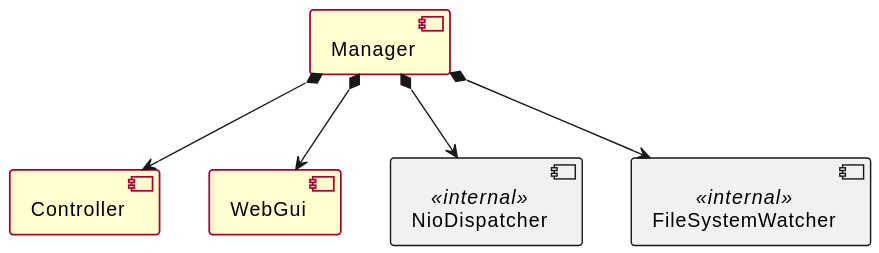
mnlipp/VM-Operator keeps this PlantUML diagram as javadoc/org/jdrupes/vmoperator/manager/manager-components.svg. Above is the earlier version.
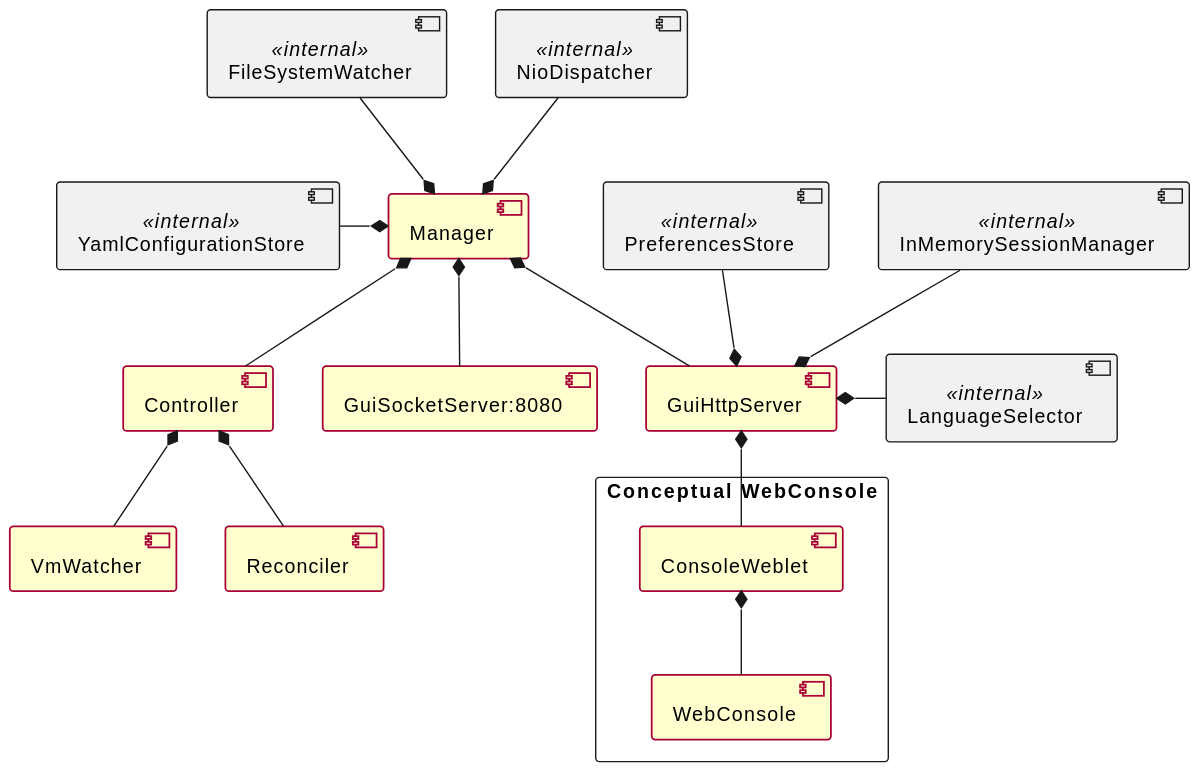
After the change.

The edit, as a diff of the source:
```diff
@@ -7,12 +7,32 @@
    BorderColor<<internal>> #181818
    BorderThickness<<internal>> 1
  }
+ skinparam packageStyle rectangle
 
- [Manager]
- [Manager] *--> [Controller]
- [Manager] *--> [WebGui]
- [NioDispatcher] <<internal>>
- [Manager] *--> [NioDispatcher] <<internal>>
- [FileSystemWatcher] <<internal>>
- [Manager] *--> [FileSystemWatcher] <<internal>>
+ Component NioDispatcher as NioDispatcher <<internal>>
+ [Manager] *-up- [NioDispatcher]
+ Component FileSystemWatcher as FileSystemWatcher <<internal>>
+ [Manager] *-up- [FileSystemWatcher]
+ Component YamlConfigurationStore as YamlConfigurationStore <<internal>>
+ [Manager] *-left- [YamlConfigurationStore]
+ [YamlConfigurationStore] *-right[hidden]- [Controller]
+
+ [Manager] *-- [Controller]
+ [Controller] *-- [VmWatcher]
+ [Controller] *-- [Reconciler]
+ [Controller] -right[hidden]- [GuiHttpServer]
+
+ [Manager] *-down- [GuiSocketServer:8080]
+ [Manager] *-- [GuiHttpServer]
+ Component PreferencesStore as PreferencesStore <<internal>>
+ [GuiHttpServer] *-up- [PreferencesStore]
+ Component InMemorySessionManager as InMemorySessionManager <<internal>>
+ [GuiHttpServer] *-up- [InMemorySessionManager]
+ Component LanguageSelector as LanguageSelector <<internal>>
+ [GuiHttpServer] *-right- [LanguageSelector]
+
+ package "Conceptual WebConsole" {
+   [ConsoleWeblet] *-- [WebConsole]
+ }
+ [GuiHttpServer] *-- [ConsoleWeblet]
 @enduml
```
